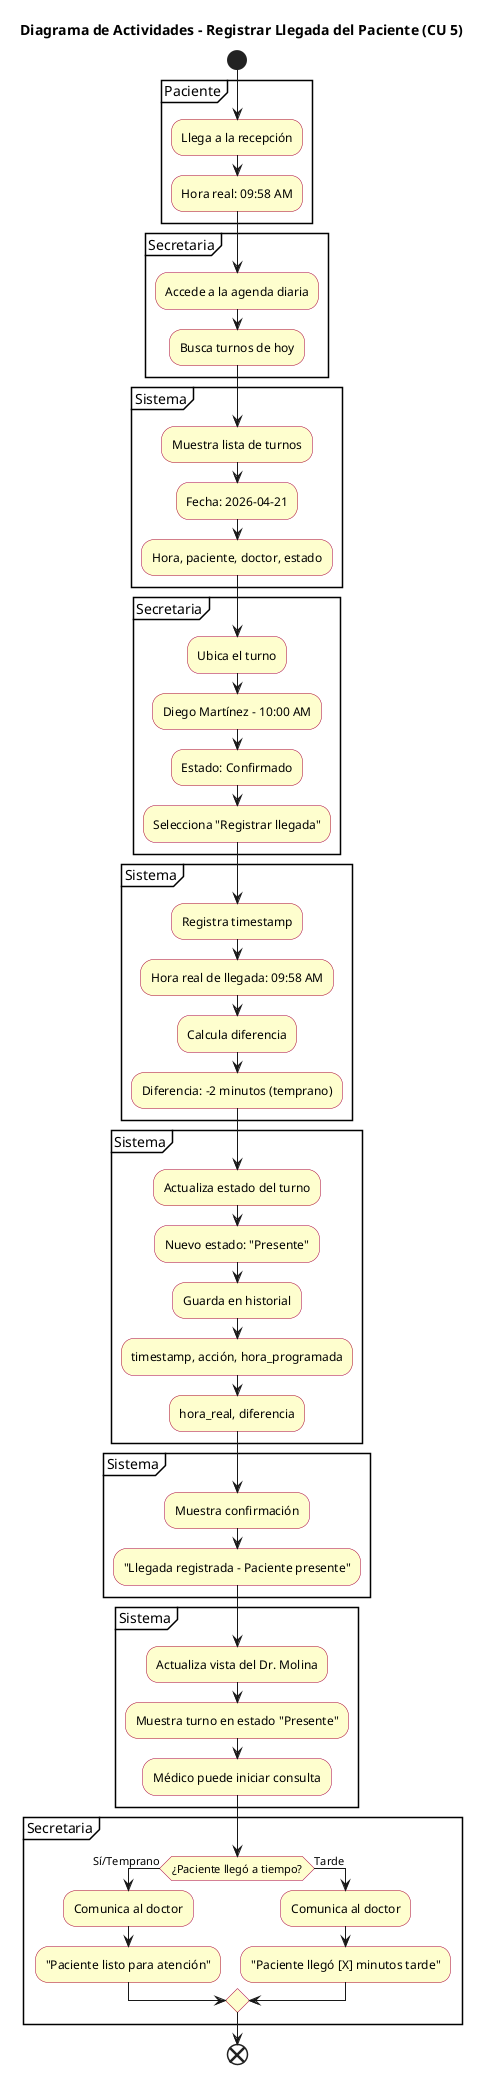
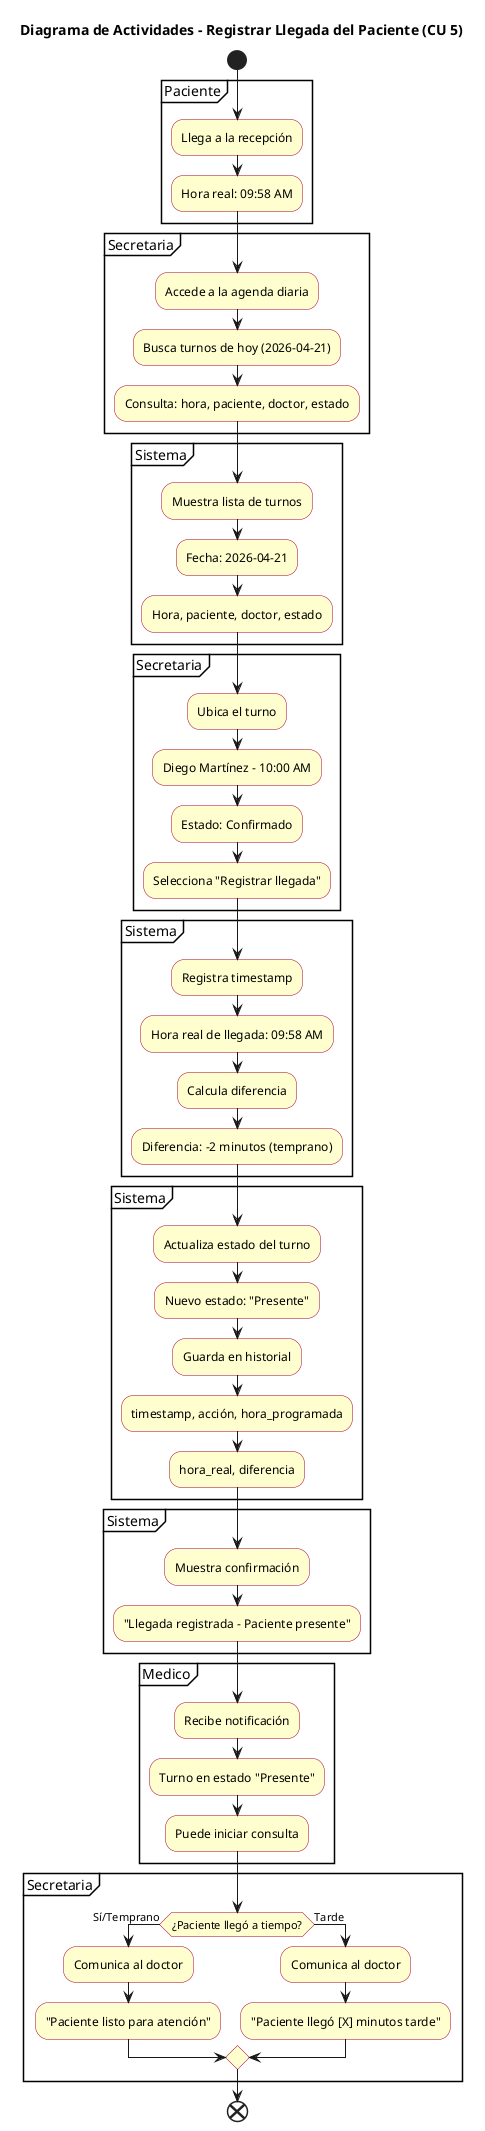
- @startuml 04-actividad-registrar-llegada-caso-uso-05
+ @startuml
title Diagrama de Actividades - Registrar Llegada del Paciente (CU 5)

skinparam ActivityBackgroundColor #FEFECE
skinparam ActivityBorderColor #A80036
skinparam ActivityFontColor #000000

start
partition Paciente {
  :Llega a la recepción;
  :Hora real: 09:58 AM;
}

partition Secretaria {
  :Accede a la agenda diaria;
-   :Busca turnos de hoy;
+   :Busca turnos de hoy (2026-04-21);
+   :Consulta: hora, paciente, doctor, estado;
}

partition Sistema {
  :Muestra lista de turnos;
  :Fecha: 2026-04-21;
  :Hora, paciente, doctor, estado;
}

partition Secretaria {
  :Ubica el turno;
  :Diego Martínez - 10:00 AM;
  :Estado: Confirmado;
  :Selecciona "Registrar llegada";
}

partition Sistema {
  :Registra timestamp;
  :Hora real de llegada: 09:58 AM;
  :Calcula diferencia;
  :Diferencia: -2 minutos (temprano);
}

partition Sistema {
  :Actualiza estado del turno;
  :Nuevo estado: "Presente";
  :Guarda en historial;
  :timestamp, acción, hora_programada;
  :hora_real, diferencia;
}

partition Sistema {
  :Muestra confirmación;
  :"Llegada registrada - Paciente presente";
}

- partition Sistema {
-   :Actualiza vista del Dr. Molina;
-   :Muestra turno en estado "Presente";
-   :Médico puede iniciar consulta;
+ partition Medico {
+   :Recibe notificación;
+   :Turno en estado "Presente";
+   :Puede iniciar consulta;
}

partition Secretaria {
  if (¿Paciente llegó a tiempo?) then (Sí/Temprano)
    :Comunica al doctor;
    :"Paciente listo para atención";
  else (Tarde)
    :Comunica al doctor;
    :"Paciente llegó [X] minutos tarde";
  endif
}

end
@enduml
